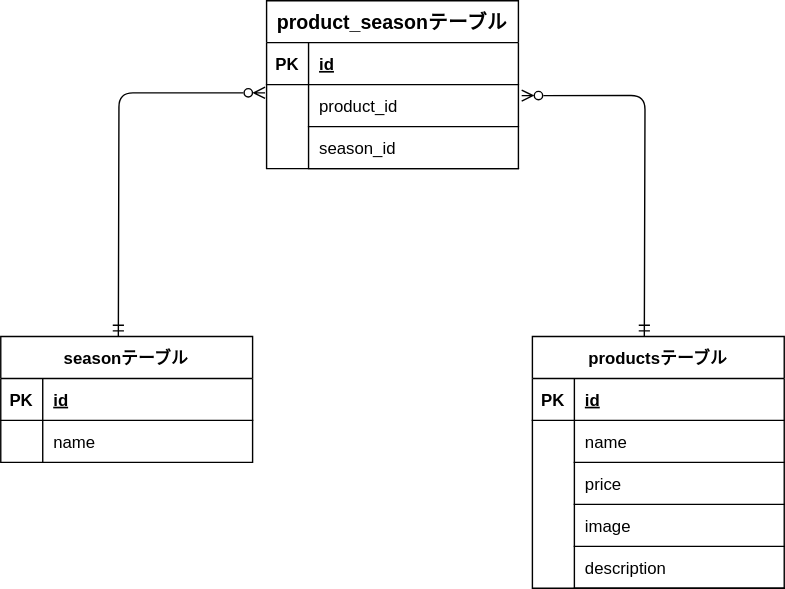
This is src/README.drawio.svg from rikuuta1217/kadai-2, a draw.io export, as it was before one commit. Source tidied: cells renumbered, new cells last; positions are measured from the earlier drawing's top-left corner, leaving out a move shared by most shapes.
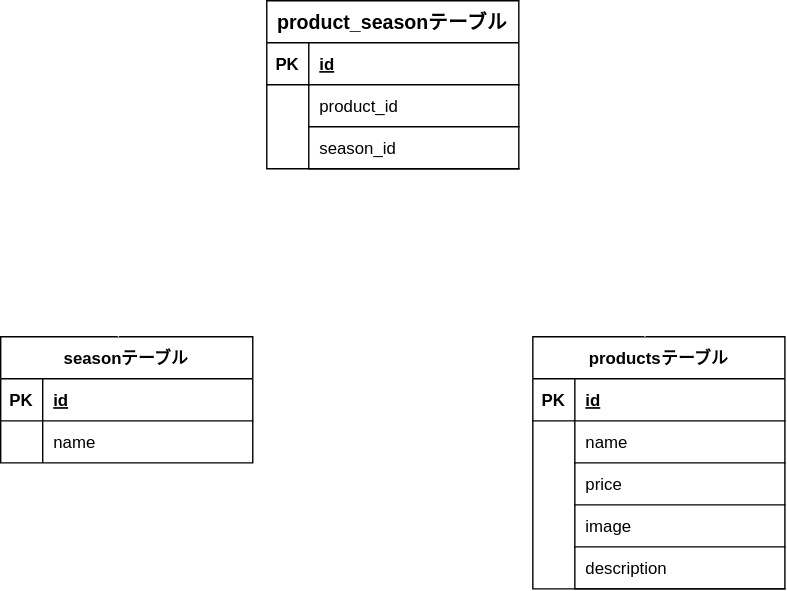
After the change.

Diff of the diagram source:
```diff
@@ -101,12 +101,12 @@
     <mxCell id="34" value="season_id" style="shape=partialRectangle;fillColor=none;top=0;left=0;bottom=1;right=0;align=left;spacingLeft=6;overflow=hidden;" parent="32" vertex="1">
       <mxGeometry x="30" width="150" height="30" as="geometry" />
     </mxCell>
-    <mxCell id="35" style="fontSize=12;html=1;endArrow=ERzeroToMany;startArrow=ERmandOne;entryX=1.013;entryY=0.261;entryDx=0;entryDy=0;entryPerimeter=0;edgeStyle=orthogonalEdgeStyle;endFill=0;strokeColor=#000000;" parent="1" edge="1" target="29">
+    <mxCell id="35" style="fontSize=12;html=1;endArrow=ERzeroToMany;startArrow=ERmandOne;entryX=1.013;entryY=0.261;entryDx=0;entryDy=0;entryPerimeter=0;edgeStyle=orthogonalEdgeStyle;endFill=0;strokeColor=#FFFFFF;" parent="1" edge="1" target="29">
       <mxGeometry relative="1" as="geometry">
         <mxPoint x="460" y="240" as="sourcePoint" />
       </mxGeometry>
     </mxCell>
-    <mxCell id="36" style="fontSize=12;html=1;endArrow=ERzeroToMany;startArrow=ERmandOne;entryX=-0.006;entryY=0.195;entryDx=0;entryDy=0;entryPerimeter=0;edgeStyle=orthogonalEdgeStyle;endFill=0;labelBackgroundColor=default;fontColor=default;strokeColor=#000000;" parent="1" edge="1" target="29">
+    <mxCell id="36" style="fontSize=12;html=1;endArrow=ERzeroToMany;startArrow=ERmandOne;entryX=-0.006;entryY=0.195;entryDx=0;entryDy=0;entryPerimeter=0;edgeStyle=orthogonalEdgeStyle;endFill=0;labelBackgroundColor=default;fontColor=default;strokeColor=#FFFFFF;" parent="1" edge="1" target="29">
       <mxGeometry relative="1" as="geometry">
         <mxPoint x="84" y="240" as="sourcePoint" />
       </mxGeometry>
```
